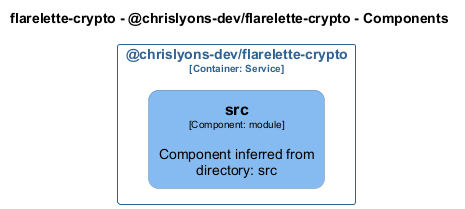
Earlier version of the PlantUML export docs/architecture/diagrams/structurizr-Components__chrislyons_dev_flarelette_crypto.png (chrislyons-dev/flarelette-crypto). Its diagram source:
```plantuml
@startuml
set separator none
title flarelette-crypto - @chrislyons-dev/flarelette-crypto - Components

left to right direction
skinparam ranksep 20
skinparam nodesep 10

skinparam {
  arrowFontSize 10
  defaultTextAlignment center
  wrapWidth 200
  maxMessageSize 100
  defaultFontName "Arial"
}

hide stereotype

skinparam rectangle<<flarelettecrypto.chrislyonsdevflarelettecrypto.src>> {
  BackgroundColor #85bbf0
  FontColor #000000
  BorderColor #5d82a8
  roundCorner 20
  shadowing false
}
skinparam rectangle<<flarelettecrypto.chrislyonsdevflarelettecrypto>> {
  BorderColor #2e6295
  FontColor #2e6295
  shadowing false
}

rectangle "@chrislyons-dev/flarelette-crypto\n<size:10>[Container: Service]</size>" <<flarelettecrypto.chrislyonsdevflarelettecrypto>> {
  rectangle "==src\n<size:10>[Component: module]</size>\n\nComponent inferred from directory: src" <<flarelettecrypto.chrislyonsdevflarelettecrypto.src>> as flarelettecrypto.chrislyonsdevflarelettecrypto.src
}

@enduml
```
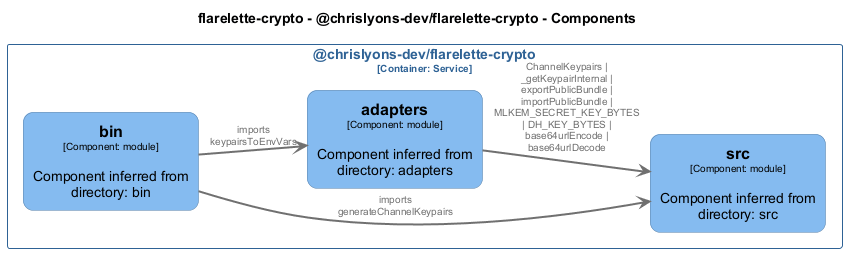
After the change.

What changed in the source:
```diff
@@ -16,6 +16,20 @@
 
 hide stereotype
 
+skinparam rectangle<<flarelettecrypto.chrislyonsdevflarelettecrypto.adapters>> {
+  BackgroundColor #85bbf0
+  FontColor #000000
+  BorderColor #5d82a8
+  roundCorner 20
+  shadowing false
+}
+skinparam rectangle<<flarelettecrypto.chrislyonsdevflarelettecrypto.bin>> {
+  BackgroundColor #85bbf0
+  FontColor #000000
+  BorderColor #5d82a8
+  roundCorner 20
+  shadowing false
+}
 skinparam rectangle<<flarelettecrypto.chrislyonsdevflarelettecrypto.src>> {
   BackgroundColor #85bbf0
   FontColor #000000
@@ -31,6 +45,11 @@
 
 rectangle "@chrislyons-dev/flarelette-crypto\n<size:10>[Container: Service]</size>" <<flarelettecrypto.chrislyonsdevflarelettecrypto>> {
   rectangle "==src\n<size:10>[Component: module]</size>\n\nComponent inferred from directory: src" <<flarelettecrypto.chrislyonsdevflarelettecrypto.src>> as flarelettecrypto.chrislyonsdevflarelettecrypto.src
+  rectangle "==adapters\n<size:10>[Component: module]</size>\n\nComponent inferred from directory: adapters" <<flarelettecrypto.chrislyonsdevflarelettecrypto.adapters>> as flarelettecrypto.chrislyonsdevflarelettecrypto.adapters
+  rectangle "==bin\n<size:10>[Component: module]</size>\n\nComponent inferred from directory: bin" <<flarelettecrypto.chrislyonsdevflarelettecrypto.bin>> as flarelettecrypto.chrislyonsdevflarelettecrypto.bin
 }
 
+flarelettecrypto.chrislyonsdevflarelettecrypto.adapters -[#707070,thickness=2]-> flarelettecrypto.chrislyonsdevflarelettecrypto.src : "<color:#707070>ChannelKeypairs | _getKeypairInternal | exportPublicBundle | importPublicBundle | MLKEM_SECRET_KEY_BYTES | DH_KEY_BYTES | base64urlEncode | base64urlDecode"
+flarelettecrypto.chrislyonsdevflarelettecrypto.bin -[#707070,thickness=2]-> flarelettecrypto.chrislyonsdevflarelettecrypto.src : "<color:#707070>imports generateChannelKeypairs"
+flarelettecrypto.chrislyonsdevflarelettecrypto.bin -[#707070,thickness=2]-> flarelettecrypto.chrislyonsdevflarelettecrypto.adapters : "<color:#707070>imports keypairsToEnvVars"
 @enduml
```
